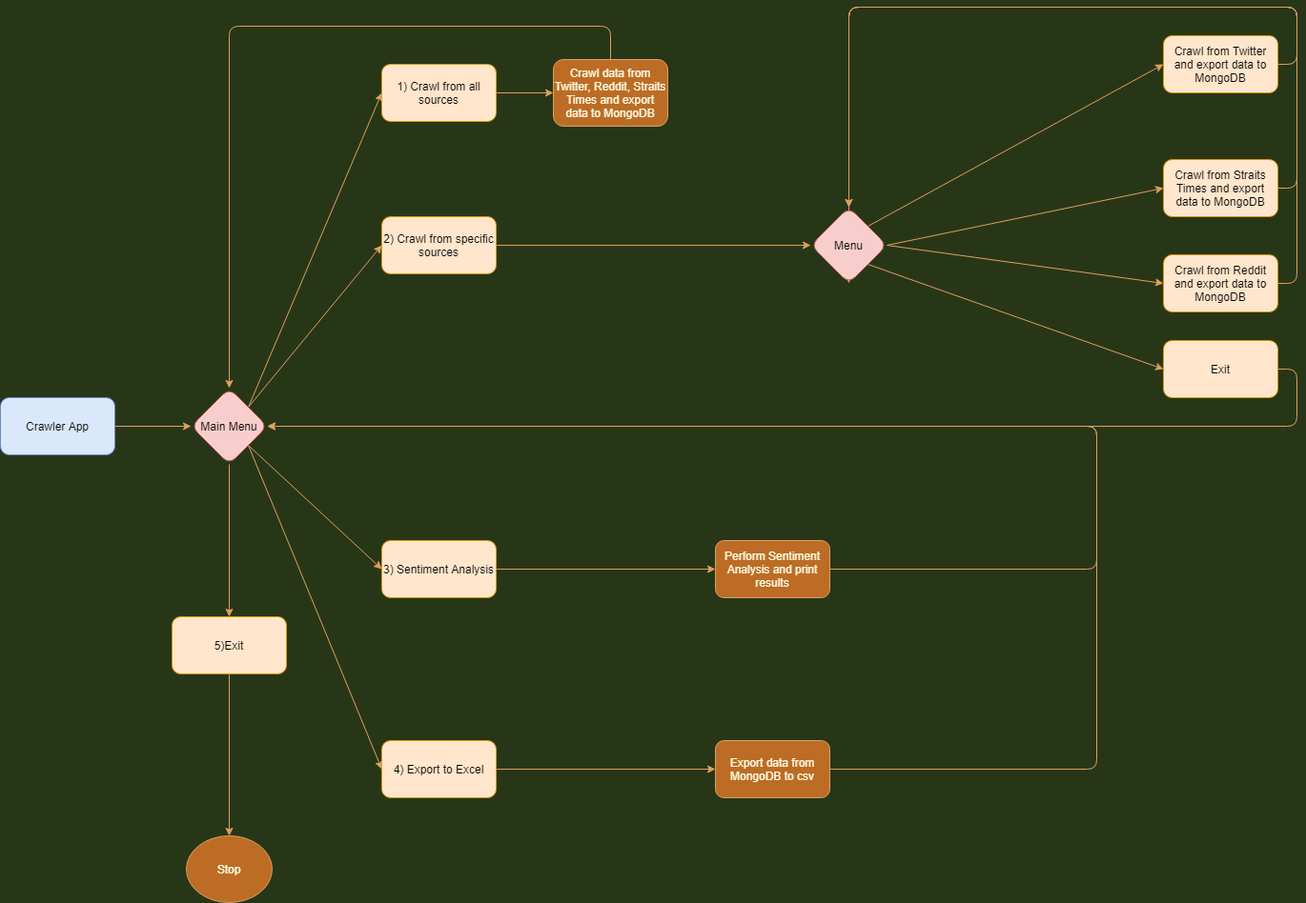
Earlier version of the draw.io export Spooder/Untitled Diagram.png (yxchia98/spooder). Source tidied: cells renumbered, new cells last; positions are measured from the earlier drawing's top-left corner, leaving out a move shared by most shapes.
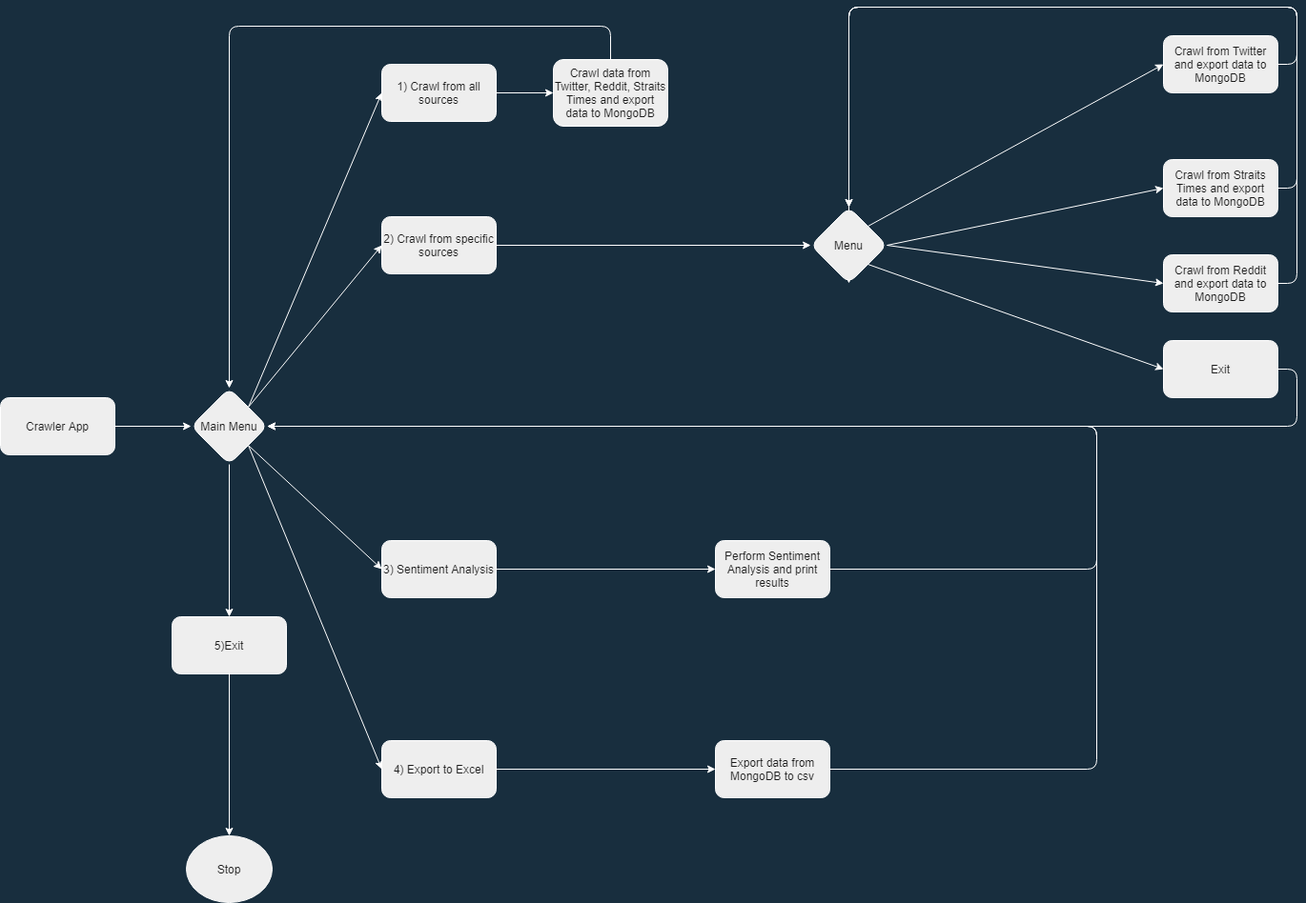
The same file after the commit.

Diff of the diagram source:
```diff
@@ -1,65 +1,65 @@
-<mxGraphModel background="#283618">
+<mxGraphModel background="#182E3E">
   <root>
     <mxCell id="0" />
     <mxCell id="1" parent="0" />
-    <mxCell id="2" style="edgeStyle=orthogonalEdgeStyle;jettySize=auto;html=1;exitX=1;exitY=0.5;exitDx=0;exitDy=0;entryX=0;entryY=0.5;entryDx=0;entryDy=0;labelBackgroundColor=#283618;strokeColor=#DDA15E;fontColor=#FEFAE0;" parent="1" edge="1" source="3" target="20">
+    <mxCell id="2" style="edgeStyle=orthogonalEdgeStyle;jettySize=auto;html=1;exitX=1;exitY=0.5;exitDx=0;exitDy=0;entryX=0;entryY=0.5;entryDx=0;entryDy=0;strokeColor=#FFFFFF;fontColor=#FFFFFF;labelBackgroundColor=#182E3E;" parent="1" edge="1" source="3" target="20">
       <mxGeometry relative="1" as="geometry" />
     </mxCell>
-    <mxCell id="3" value="1) Crawl from all sources" style="whiteSpace=wrap;html=1;rounded=1;fillColor=#ffe6cc;strokeColor=#d79b00;" parent="1" vertex="1">
+    <mxCell id="3" value="1) Crawl from all sources" style="whiteSpace=wrap;html=1;rounded=1;fillColor=#EEEEEE;strokeColor=#FFFFFF;fontColor=#1A1A1A;" parent="1" vertex="1">
       <mxGeometry x="400" y="60" width="120" height="60" as="geometry" />
     </mxCell>
-    <mxCell id="4" style="edgeStyle=orthogonalEdgeStyle;jettySize=auto;html=1;exitX=1;exitY=0.5;exitDx=0;exitDy=0;entryX=0;entryY=0.5;entryDx=0;entryDy=0;labelBackgroundColor=#283618;strokeColor=#DDA15E;fontColor=#FEFAE0;" parent="1" edge="1" source="5" target="35">
+    <mxCell id="4" style="edgeStyle=orthogonalEdgeStyle;jettySize=auto;html=1;exitX=1;exitY=0.5;exitDx=0;exitDy=0;entryX=0;entryY=0.5;entryDx=0;entryDy=0;strokeColor=#FFFFFF;fontColor=#FFFFFF;labelBackgroundColor=#182E3E;" parent="1" edge="1" source="5" target="35">
       <mxGeometry relative="1" as="geometry" />
     </mxCell>
-    <mxCell id="5" value="4) Export to Excel" style="whiteSpace=wrap;html=1;rounded=1;fillColor=#ffe6cc;strokeColor=#d79b00;" parent="1" vertex="1">
+    <mxCell id="5" value="4) Export to Excel" style="whiteSpace=wrap;html=1;rounded=1;fillColor=#EEEEEE;strokeColor=#FFFFFF;fontColor=#1A1A1A;" parent="1" vertex="1">
       <mxGeometry x="400" y="770" width="120" height="60" as="geometry" />
     </mxCell>
-    <mxCell id="6" value="3) Sentiment Analysis" style="whiteSpace=wrap;html=1;rounded=1;fillColor=#ffe6cc;strokeColor=#d79b00;" parent="1" vertex="1">
+    <mxCell id="6" value="3) Sentiment Analysis" style="whiteSpace=wrap;html=1;rounded=1;fillColor=#EEEEEE;strokeColor=#FFFFFF;fontColor=#1A1A1A;" parent="1" vertex="1">
       <mxGeometry x="400" y="560" width="120" height="60" as="geometry" />
     </mxCell>
-    <mxCell id="7" style="edgeStyle=orthogonalEdgeStyle;jettySize=auto;html=1;labelBackgroundColor=#283618;strokeColor=#DDA15E;fontColor=#FEFAE0;" parent="1" edge="1" source="8" target="39">
+    <mxCell id="7" style="edgeStyle=orthogonalEdgeStyle;jettySize=auto;html=1;strokeColor=#FFFFFF;fontColor=#FFFFFF;labelBackgroundColor=#182E3E;" parent="1" edge="1" source="8" target="39">
       <mxGeometry relative="1" as="geometry" />
     </mxCell>
-    <mxCell id="8" value="2) Crawl from specific sources" style="whiteSpace=wrap;html=1;rounded=1;fillColor=#ffe6cc;strokeColor=#d79b00;" parent="1" vertex="1">
+    <mxCell id="8" value="2) Crawl from specific sources" style="whiteSpace=wrap;html=1;rounded=1;fillColor=#EEEEEE;strokeColor=#FFFFFF;fontColor=#1A1A1A;" parent="1" vertex="1">
       <mxGeometry x="400" y="220" width="120" height="60" as="geometry" />
     </mxCell>
-    <mxCell id="9" style="edgeStyle=orthogonalEdgeStyle;jettySize=auto;html=1;exitX=1;exitY=0.5;exitDx=0;exitDy=0;labelBackgroundColor=#283618;strokeColor=#DDA15E;fontColor=#FEFAE0;" parent="1" edge="1" source="10" target="18">
+    <mxCell id="9" style="edgeStyle=orthogonalEdgeStyle;jettySize=auto;html=1;exitX=1;exitY=0.5;exitDx=0;exitDy=0;strokeColor=#FFFFFF;fontColor=#FFFFFF;labelBackgroundColor=#182E3E;" parent="1" edge="1" source="10" target="18">
       <mxGeometry relative="1" as="geometry" />
     </mxCell>
-    <mxCell id="10" value="Crawler App" style="whiteSpace=wrap;html=1;rounded=1;fillColor=#dae8fc;strokeColor=#6c8ebf;" parent="1" vertex="1">
+    <mxCell id="10" value="Crawler App" style="whiteSpace=wrap;html=1;rounded=1;fillColor=#EEEEEE;strokeColor=#FFFFFF;fontColor=#1A1A1A;" parent="1" vertex="1">
       <mxGeometry y="410" width="120" height="60" as="geometry" />
     </mxCell>
-    <mxCell id="11" style="edgeStyle=orthogonalEdgeStyle;jettySize=auto;html=1;exitX=0.5;exitY=1;exitDx=0;exitDy=0;entryX=0.5;entryY=0;entryDx=0;entryDy=0;labelBackgroundColor=#283618;strokeColor=#DDA15E;fontColor=#FEFAE0;" parent="1" edge="1" source="12" target="19">
+    <mxCell id="11" style="edgeStyle=orthogonalEdgeStyle;jettySize=auto;html=1;exitX=0.5;exitY=1;exitDx=0;exitDy=0;entryX=0.5;entryY=0;entryDx=0;entryDy=0;strokeColor=#FFFFFF;fontColor=#FFFFFF;labelBackgroundColor=#182E3E;" parent="1" edge="1" source="12" target="19">
       <mxGeometry relative="1" as="geometry" />
     </mxCell>
-    <mxCell id="12" value="5)Exit" style="whiteSpace=wrap;html=1;rounded=1;fillColor=#ffe6cc;strokeColor=#d79b00;" parent="1" vertex="1">
+    <mxCell id="12" value="5)Exit" style="whiteSpace=wrap;html=1;rounded=1;fillColor=#EEEEEE;strokeColor=#FFFFFF;fontColor=#1A1A1A;" parent="1" vertex="1">
       <mxGeometry x="180" y="640" width="120" height="60" as="geometry" />
     </mxCell>
-    <mxCell id="13" style="endArrow=classic;html=1;entryX=0;entryY=0.5;entryDx=0;entryDy=0;exitX=1;exitY=0;exitDx=0;exitDy=0;labelBackgroundColor=#283618;strokeColor=#DDA15E;fontColor=#FEFAE0;" parent="1" edge="1" source="18" target="3">
+    <mxCell id="13" style="endArrow=classic;html=1;entryX=0;entryY=0.5;entryDx=0;entryDy=0;exitX=1;exitY=0;exitDx=0;exitDy=0;strokeColor=#FFFFFF;fontColor=#FFFFFF;labelBackgroundColor=#182E3E;" parent="1" edge="1" source="18" target="3">
       <mxGeometry relative="1" as="geometry" />
     </mxCell>
-    <mxCell id="14" style="endArrow=classic;html=1;entryX=0;entryY=0.5;entryDx=0;entryDy=0;exitX=1;exitY=0;exitDx=0;exitDy=0;labelBackgroundColor=#283618;strokeColor=#DDA15E;fontColor=#FEFAE0;" parent="1" edge="1" source="18" target="8">
+    <mxCell id="14" style="endArrow=classic;html=1;entryX=0;entryY=0.5;entryDx=0;entryDy=0;exitX=1;exitY=0;exitDx=0;exitDy=0;strokeColor=#FFFFFF;fontColor=#FFFFFF;labelBackgroundColor=#182E3E;" parent="1" edge="1" source="18" target="8">
       <mxGeometry relative="1" as="geometry" />
     </mxCell>
-    <mxCell id="15" style="endArrow=classic;html=1;entryX=0;entryY=0.5;entryDx=0;entryDy=0;exitX=1;exitY=1;exitDx=0;exitDy=0;labelBackgroundColor=#283618;strokeColor=#DDA15E;fontColor=#FEFAE0;" parent="1" edge="1" source="18" target="6">
+    <mxCell id="15" style="endArrow=classic;html=1;entryX=0;entryY=0.5;entryDx=0;entryDy=0;exitX=1;exitY=1;exitDx=0;exitDy=0;strokeColor=#FFFFFF;fontColor=#FFFFFF;labelBackgroundColor=#182E3E;" parent="1" edge="1" source="18" target="6">
       <mxGeometry relative="1" as="geometry" />
     </mxCell>
-    <mxCell id="16" style="endArrow=classic;html=1;exitX=1;exitY=1;exitDx=0;exitDy=0;entryX=0;entryY=0.5;entryDx=0;entryDy=0;labelBackgroundColor=#283618;strokeColor=#DDA15E;fontColor=#FEFAE0;" parent="1" edge="1" source="18" target="5">
+    <mxCell id="16" style="endArrow=classic;html=1;exitX=1;exitY=1;exitDx=0;exitDy=0;entryX=0;entryY=0.5;entryDx=0;entryDy=0;strokeColor=#FFFFFF;fontColor=#FFFFFF;labelBackgroundColor=#182E3E;" parent="1" edge="1" source="18" target="5">
       <mxGeometry relative="1" as="geometry" />
     </mxCell>
-    <mxCell id="17" style="endArrow=classic;html=1;entryX=0.5;entryY=0;entryDx=0;entryDy=0;exitX=0.5;exitY=1;exitDx=0;exitDy=0;labelBackgroundColor=#283618;strokeColor=#DDA15E;fontColor=#FEFAE0;" parent="1" edge="1" source="18" target="12">
+    <mxCell id="17" style="endArrow=classic;html=1;entryX=0.5;entryY=0;entryDx=0;entryDy=0;exitX=0.5;exitY=1;exitDx=0;exitDy=0;strokeColor=#FFFFFF;fontColor=#FFFFFF;labelBackgroundColor=#182E3E;" parent="1" edge="1" source="18" target="12">
       <mxGeometry relative="1" as="geometry" />
     </mxCell>
-    <mxCell id="18" value="Main Menu" style="rhombus;whiteSpace=wrap;html=1;rounded=1;fillColor=#f8cecc;strokeColor=#b85450;" parent="1" vertex="1">
+    <mxCell id="18" value="Main Menu" style="rhombus;whiteSpace=wrap;html=1;rounded=1;fillColor=#EEEEEE;strokeColor=#FFFFFF;fontColor=#1A1A1A;" parent="1" vertex="1">
       <mxGeometry x="200" y="400" width="80" height="80" as="geometry" />
     </mxCell>
-    <mxCell id="19" value="Stop" style="ellipse;whiteSpace=wrap;html=1;rounded=1;fillColor=#BC6C25;strokeColor=#DDA15E;fontColor=#FEFAE0;" parent="1" vertex="1">
+    <mxCell id="19" value="Stop" style="ellipse;whiteSpace=wrap;html=1;rounded=1;fillColor=#EEEEEE;strokeColor=#FFFFFF;fontColor=#1A1A1A;" parent="1" vertex="1">
       <mxGeometry x="195" y="870" width="90" height="70" as="geometry" />
     </mxCell>
-    <mxCell id="20" value="Crawl data from Twitter, Reddit, Straits Times and export data to MongoDB" style="whiteSpace=wrap;html=1;rounded=1;fillColor=#BC6C25;strokeColor=#DDA15E;fontColor=#FEFAE0;" parent="1" vertex="1">
+    <mxCell id="20" value="Crawl data from Twitter, Reddit, Straits Times and export data to MongoDB" style="whiteSpace=wrap;html=1;rounded=1;fillColor=#EEEEEE;strokeColor=#FFFFFF;fontColor=#1A1A1A;" parent="1" vertex="1">
       <mxGeometry x="580" y="55" width="120" height="70" as="geometry" />
     </mxCell>
-    <mxCell id="21" style="endArrow=classic;html=1;exitX=0.5;exitY=0;exitDx=0;exitDy=0;entryX=0.5;entryY=0;entryDx=0;entryDy=0;labelBackgroundColor=#283618;strokeColor=#DDA15E;fontColor=#FEFAE0;" parent="1" edge="1" source="20" target="18">
+    <mxCell id="21" style="endArrow=classic;html=1;exitX=0.5;exitY=0;exitDx=0;exitDy=0;entryX=0.5;entryY=0;entryDx=0;entryDy=0;strokeColor=#FFFFFF;fontColor=#FFFFFF;labelBackgroundColor=#182E3E;" parent="1" edge="1" source="20" target="18">
       <mxGeometry relative="1" as="geometry">
         <Array as="points">
           <mxPoint x="640" y="20" />
@@ -67,7 +67,7 @@
         </Array>
       </mxGeometry>
     </mxCell>
-    <mxCell id="22" style="edgeStyle=orthogonalEdgeStyle;jettySize=auto;html=1;entryX=0.5;entryY=0;entryDx=0;entryDy=0;exitX=1;exitY=0.5;exitDx=0;exitDy=0;labelBackgroundColor=#283618;strokeColor=#DDA15E;fontColor=#FEFAE0;" parent="1" edge="1" source="23" target="39">
+    <mxCell id="22" style="edgeStyle=orthogonalEdgeStyle;jettySize=auto;html=1;entryX=0.5;entryY=0;entryDx=0;entryDy=0;exitX=1;exitY=0.5;exitDx=0;exitDy=0;strokeColor=#FFFFFF;fontColor=#FFFFFF;labelBackgroundColor=#182E3E;" parent="1" edge="1" source="23" target="39">
       <mxGeometry relative="1" as="geometry">
         <Array as="points">
           <mxPoint x="1360" y="60" />
@@ -76,13 +76,13 @@
         </Array>
       </mxGeometry>
     </mxCell>
-    <mxCell id="23" value="Crawl from Twitter and export data to MongoDB" style="whiteSpace=wrap;html=1;rounded=1;fillColor=#ffe6cc;strokeColor=#d79b00;" parent="1" vertex="1">
+    <mxCell id="23" value="Crawl from Twitter and export data to MongoDB" style="whiteSpace=wrap;html=1;rounded=1;fillColor=#EEEEEE;strokeColor=#FFFFFF;fontColor=#1A1A1A;" parent="1" vertex="1">
       <mxGeometry x="1220" y="30" width="120" height="60" as="geometry" />
     </mxCell>
-    <mxCell id="24" style="endArrow=classic;html=1;exitX=1;exitY=0;exitDx=0;exitDy=0;entryX=0;entryY=0.5;entryDx=0;entryDy=0;labelBackgroundColor=#283618;strokeColor=#DDA15E;fontColor=#FEFAE0;" parent="1" edge="1" source="39" target="23">
+    <mxCell id="24" style="endArrow=classic;html=1;exitX=1;exitY=0;exitDx=0;exitDy=0;entryX=0;entryY=0.5;entryDx=0;entryDy=0;strokeColor=#FFFFFF;fontColor=#FFFFFF;labelBackgroundColor=#182E3E;" parent="1" edge="1" source="39" target="23">
       <mxGeometry relative="1" as="geometry" />
     </mxCell>
-    <mxCell id="25" style="edgeStyle=orthogonalEdgeStyle;jettySize=auto;html=1;entryX=0.5;entryY=1;entryDx=0;entryDy=0;exitX=1;exitY=0.5;exitDx=0;exitDy=0;labelBackgroundColor=#283618;strokeColor=#DDA15E;fontColor=#FEFAE0;" parent="1" edge="1" source="26" target="39">
+    <mxCell id="25" style="edgeStyle=orthogonalEdgeStyle;jettySize=auto;html=1;entryX=0.5;entryY=1;entryDx=0;entryDy=0;exitX=1;exitY=0.5;exitDx=0;exitDy=0;strokeColor=#FFFFFF;fontColor=#FFFFFF;labelBackgroundColor=#182E3E;" parent="1" edge="1" source="26" target="39">
       <mxGeometry relative="1" as="geometry">
         <Array as="points">
           <mxPoint x="1360" y="290" />
@@ -91,10 +91,10 @@
         </Array>
       </mxGeometry>
     </mxCell>
-    <mxCell id="26" value="Crawl from Reddit and export data to MongoDB" style="whiteSpace=wrap;html=1;rounded=1;fillColor=#ffe6cc;strokeColor=#d79b00;" parent="1" vertex="1">
+    <mxCell id="26" value="Crawl from Reddit and export data to MongoDB" style="whiteSpace=wrap;html=1;rounded=1;fillColor=#EEEEEE;strokeColor=#FFFFFF;fontColor=#1A1A1A;" parent="1" vertex="1">
       <mxGeometry x="1220" y="260" width="120" height="60" as="geometry" />
     </mxCell>
-    <mxCell id="27" style="edgeStyle=orthogonalEdgeStyle;jettySize=auto;html=1;entryX=0.5;entryY=0;entryDx=0;entryDy=0;exitX=1;exitY=0.5;exitDx=0;exitDy=0;labelBackgroundColor=#283618;strokeColor=#DDA15E;fontColor=#FEFAE0;" parent="1" edge="1" source="28" target="39">
+    <mxCell id="27" style="edgeStyle=orthogonalEdgeStyle;jettySize=auto;html=1;entryX=0.5;entryY=0;entryDx=0;entryDy=0;exitX=1;exitY=0.5;exitDx=0;exitDy=0;strokeColor=#FFFFFF;fontColor=#FFFFFF;labelBackgroundColor=#182E3E;" parent="1" edge="1" source="28" target="39">
       <mxGeometry relative="1" as="geometry">
         <Array as="points">
           <mxPoint x="1360" y="190" />
@@ -103,16 +103,16 @@
         </Array>
       </mxGeometry>
     </mxCell>
-    <mxCell id="28" value="Crawl from Straits Times and export data to MongoDB" style="whiteSpace=wrap;html=1;rounded=1;fillColor=#ffe6cc;strokeColor=#d79b00;" parent="1" vertex="1">
+    <mxCell id="28" value="Crawl from Straits Times and export data to MongoDB" style="whiteSpace=wrap;html=1;rounded=1;fillColor=#EEEEEE;strokeColor=#FFFFFF;fontColor=#1A1A1A;" parent="1" vertex="1">
       <mxGeometry x="1220" y="160" width="120" height="60" as="geometry" />
     </mxCell>
-    <mxCell id="29" style="endArrow=classic;html=1;entryX=0;entryY=0.5;entryDx=0;entryDy=0;exitX=1;exitY=0.5;exitDx=0;exitDy=0;labelBackgroundColor=#283618;strokeColor=#DDA15E;fontColor=#FEFAE0;" parent="1" edge="1" source="39" target="26">
+    <mxCell id="29" style="endArrow=classic;html=1;entryX=0;entryY=0.5;entryDx=0;entryDy=0;exitX=1;exitY=0.5;exitDx=0;exitDy=0;strokeColor=#FFFFFF;fontColor=#FFFFFF;labelBackgroundColor=#182E3E;" parent="1" edge="1" source="39" target="26">
       <mxGeometry relative="1" as="geometry" />
     </mxCell>
-    <mxCell id="30" style="endArrow=classic;html=1;entryX=0;entryY=0.5;entryDx=0;entryDy=0;exitX=1;exitY=0.5;exitDx=0;exitDy=0;labelBackgroundColor=#283618;strokeColor=#DDA15E;fontColor=#FEFAE0;" parent="1" edge="1" source="39" target="28">
+    <mxCell id="30" style="endArrow=classic;html=1;entryX=0;entryY=0.5;entryDx=0;entryDy=0;exitX=1;exitY=0.5;exitDx=0;exitDy=0;strokeColor=#FFFFFF;fontColor=#FFFFFF;labelBackgroundColor=#182E3E;" parent="1" edge="1" source="39" target="28">
       <mxGeometry relative="1" as="geometry" />
     </mxCell>
-    <mxCell id="31" style="edgeStyle=orthogonalEdgeStyle;jettySize=auto;html=1;entryX=1;entryY=0.5;entryDx=0;entryDy=0;labelBackgroundColor=#283618;strokeColor=#DDA15E;fontColor=#FEFAE0;" parent="1" edge="1" source="32" target="18">
+    <mxCell id="31" style="edgeStyle=orthogonalEdgeStyle;jettySize=auto;html=1;entryX=1;entryY=0.5;entryDx=0;entryDy=0;strokeColor=#FFFFFF;fontColor=#FFFFFF;labelBackgroundColor=#182E3E;" parent="1" edge="1" source="32" target="18">
       <mxGeometry relative="1" as="geometry">
         <Array as="points">
           <mxPoint x="1150" y="590" />
@@ -120,13 +120,13 @@
         </Array>
       </mxGeometry>
     </mxCell>
-    <mxCell id="32" value="Perform Sentiment Analysis and print results" style="whiteSpace=wrap;html=1;rounded=1;fillColor=#BC6C25;strokeColor=#DDA15E;fontColor=#FEFAE0;" parent="1" vertex="1">
+    <mxCell id="32" value="Perform Sentiment Analysis and print results" style="whiteSpace=wrap;html=1;rounded=1;fillColor=#EEEEEE;strokeColor=#FFFFFF;fontColor=#1A1A1A;" parent="1" vertex="1">
       <mxGeometry x="750" y="560" width="120" height="60" as="geometry" />
     </mxCell>
-    <mxCell id="33" style="endArrow=classic;html=1;entryX=0;entryY=0.5;entryDx=0;entryDy=0;exitX=1;exitY=0.5;exitDx=0;exitDy=0;labelBackgroundColor=#283618;strokeColor=#DDA15E;fontColor=#FEFAE0;" parent="1" edge="1" source="6" target="32">
+    <mxCell id="33" style="endArrow=classic;html=1;entryX=0;entryY=0.5;entryDx=0;entryDy=0;exitX=1;exitY=0.5;exitDx=0;exitDy=0;strokeColor=#FFFFFF;fontColor=#FFFFFF;labelBackgroundColor=#182E3E;" parent="1" edge="1" source="6" target="32">
       <mxGeometry relative="1" as="geometry" />
     </mxCell>
-    <mxCell id="34" style="edgeStyle=orthogonalEdgeStyle;jettySize=auto;html=1;entryX=1;entryY=0.5;entryDx=0;entryDy=0;labelBackgroundColor=#283618;strokeColor=#DDA15E;fontColor=#FEFAE0;" parent="1" edge="1" source="35" target="18">
+    <mxCell id="34" style="edgeStyle=orthogonalEdgeStyle;jettySize=auto;html=1;entryX=1;entryY=0.5;entryDx=0;entryDy=0;strokeColor=#FFFFFF;fontColor=#FFFFFF;labelBackgroundColor=#182E3E;" parent="1" edge="1" source="35" target="18">
       <mxGeometry relative="1" as="geometry">
         <Array as="points">
           <mxPoint x="1150" y="800" />
@@ -134,10 +134,10 @@
         </Array>
       </mxGeometry>
     </mxCell>
-    <mxCell id="35" value="Export data from MongoDB to csv" style="whiteSpace=wrap;html=1;rounded=1;fillColor=#BC6C25;strokeColor=#DDA15E;fontColor=#FEFAE0;" parent="1" vertex="1">
+    <mxCell id="35" value="Export data from MongoDB to csv" style="whiteSpace=wrap;html=1;rounded=1;fillColor=#EEEEEE;strokeColor=#FFFFFF;fontColor=#1A1A1A;" parent="1" vertex="1">
       <mxGeometry x="750" y="770" width="120" height="60" as="geometry" />
     </mxCell>
-    <mxCell id="36" style="edgeStyle=orthogonalEdgeStyle;jettySize=auto;html=1;entryX=1;entryY=0.5;entryDx=0;entryDy=0;exitX=1;exitY=0.5;exitDx=0;exitDy=0;labelBackgroundColor=#283618;strokeColor=#DDA15E;fontColor=#FEFAE0;" parent="1" edge="1" source="37" target="18">
+    <mxCell id="36" style="edgeStyle=orthogonalEdgeStyle;jettySize=auto;html=1;entryX=1;entryY=0.5;entryDx=0;entryDy=0;exitX=1;exitY=0.5;exitDx=0;exitDy=0;strokeColor=#FFFFFF;fontColor=#FFFFFF;labelBackgroundColor=#182E3E;" parent="1" edge="1" source="37" target="18">
       <mxGeometry relative="1" as="geometry">
         <Array as="points">
           <mxPoint x="1360" y="380" />
@@ -145,13 +145,13 @@
         </Array>
       </mxGeometry>
     </mxCell>
-    <mxCell id="37" value="Exit" style="whiteSpace=wrap;html=1;rounded=1;fillColor=#ffe6cc;strokeColor=#d79b00;" parent="1" vertex="1">
+    <mxCell id="37" value="Exit" style="whiteSpace=wrap;html=1;rounded=1;fillColor=#EEEEEE;strokeColor=#FFFFFF;fontColor=#1A1A1A;" parent="1" vertex="1">
       <mxGeometry x="1220" y="350" width="120" height="60" as="geometry" />
     </mxCell>
-    <mxCell id="38" style="endArrow=classic;html=1;entryX=0;entryY=0.5;entryDx=0;entryDy=0;exitX=1;exitY=1;exitDx=0;exitDy=0;labelBackgroundColor=#283618;strokeColor=#DDA15E;fontColor=#FEFAE0;" parent="1" edge="1" source="39" target="37">
+    <mxCell id="38" style="endArrow=classic;html=1;entryX=0;entryY=0.5;entryDx=0;entryDy=0;exitX=1;exitY=1;exitDx=0;exitDy=0;strokeColor=#FFFFFF;fontColor=#FFFFFF;labelBackgroundColor=#182E3E;" parent="1" edge="1" source="39" target="37">
       <mxGeometry relative="1" as="geometry" />
     </mxCell>
-    <mxCell id="39" value="Menu" style="rhombus;whiteSpace=wrap;html=1;rounded=1;fillColor=#f8cecc;strokeColor=#b85450;" parent="1" vertex="1">
+    <mxCell id="39" value="Menu" style="rhombus;whiteSpace=wrap;html=1;rounded=1;fillColor=#EEEEEE;strokeColor=#FFFFFF;fontColor=#1A1A1A;" parent="1" vertex="1">
       <mxGeometry x="850" y="210" width="80" height="80" as="geometry" />
     </mxCell>
   </root>
```
